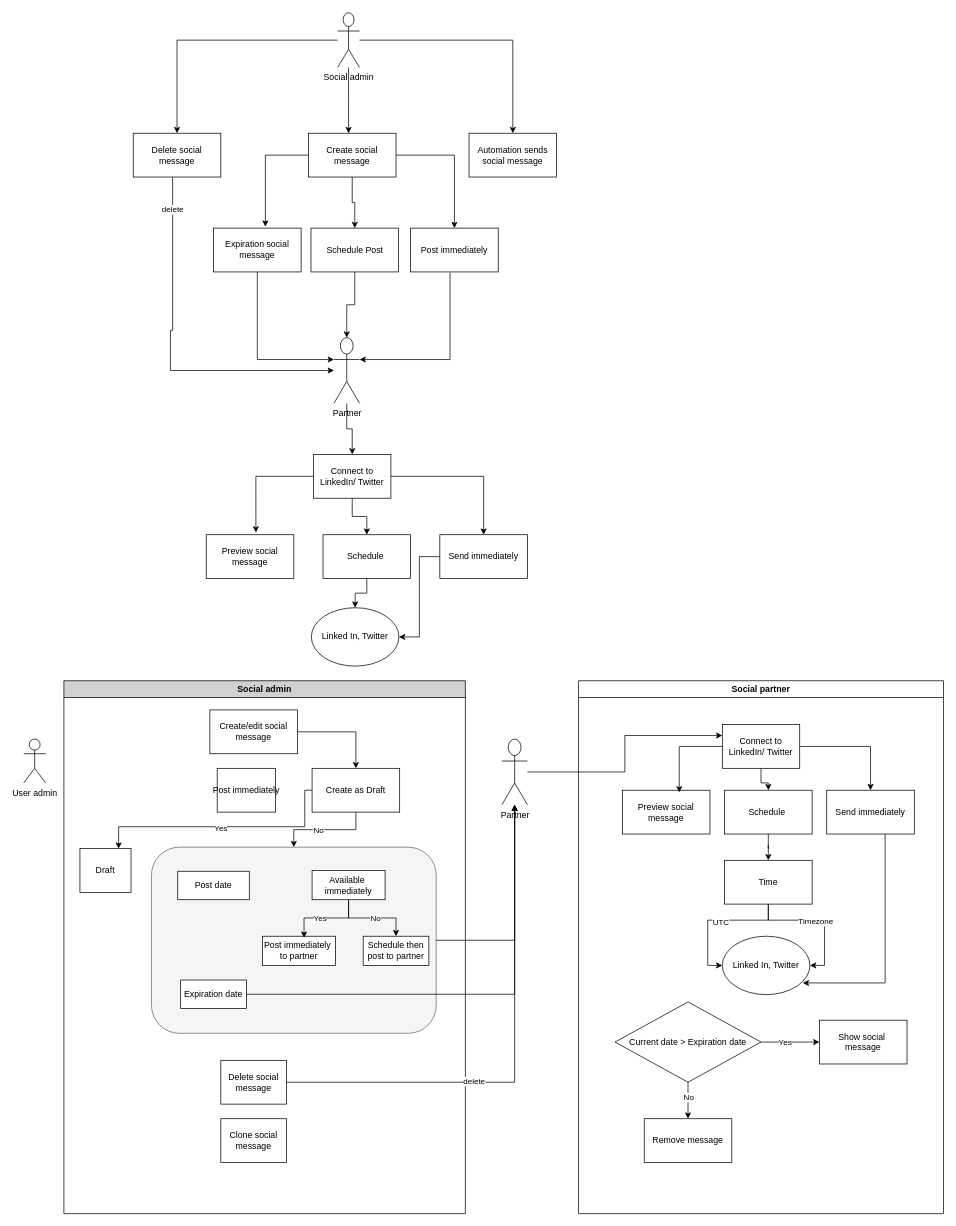
Earlier version of the draw.io diagram Untitled Diagram.drawio (MyBN/Social-module). Source tidied: cells renumbered, new cells numbered last; positions are measured from the earlier drawing's top-left corner, leaving out a move shared by most shapes. Both pictures are drawn from the tidied source at 73%, with x=0, y=0 at pixel (23, 12).
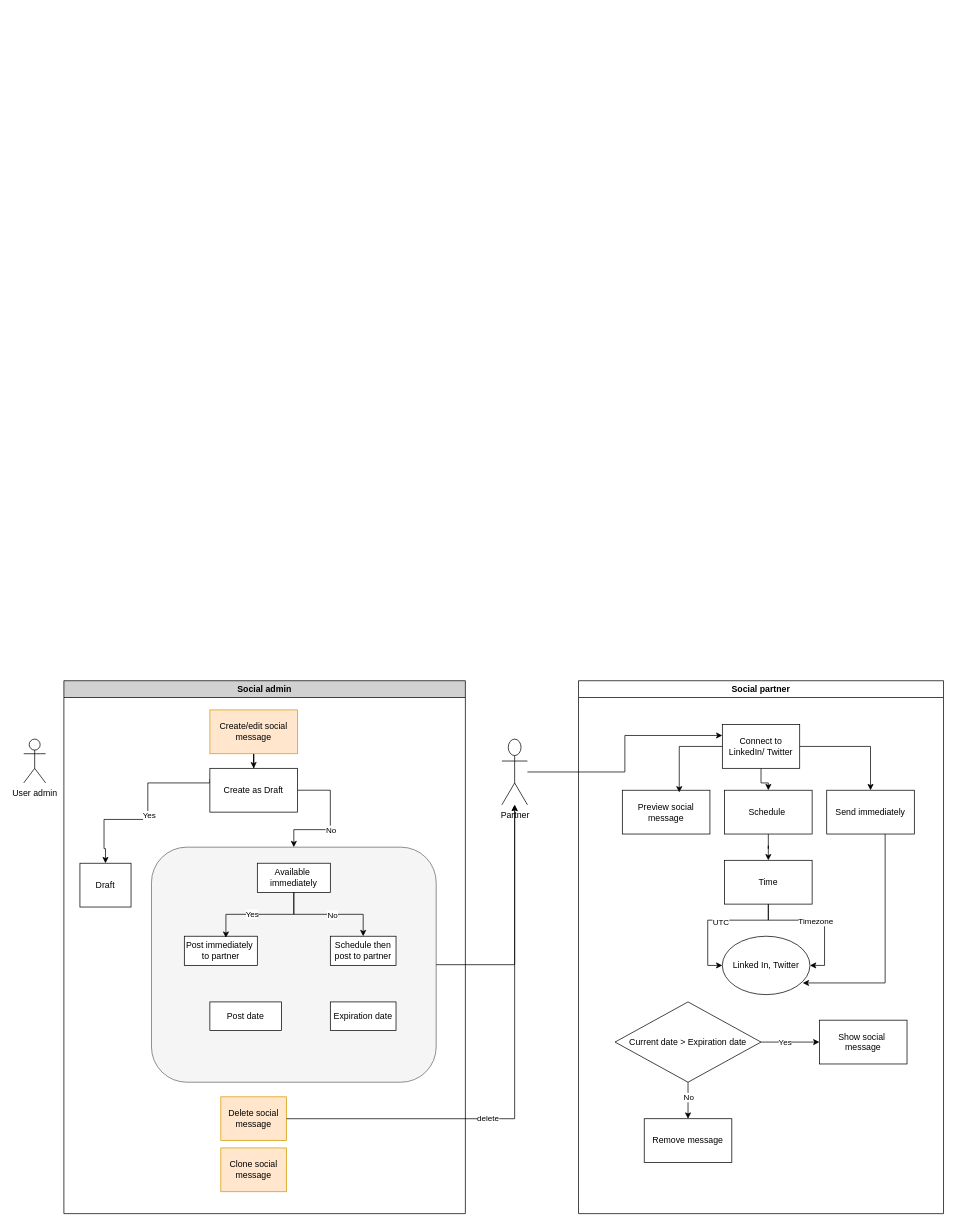
The same page after the edit.

Commit message:
Social edit flow

Unchanged cells that the change refers to:
```xml
<mxCell id="32" value="Social admin" style="swimlane;whiteSpace=wrap;html=1;labelBackgroundColor=none;fillColor=#d1d1d1;" parent="1" vertex="1">
  <mxGeometry x="55" y="915" width="550" height="730" as="geometry" />
</mxCell>
<mxCell id="79" value="Partner" style="shape=umlActor;verticalLabelPosition=bottom;verticalAlign=top;html=1;outlineConnect=0;" parent="1" vertex="1">
  <mxGeometry x="655" y="995" width="35" height="90" as="geometry" />
</mxCell>
```

Diff of the diagram source:
```diff
@@
-    <mxCell id="2" style="edgeStyle=orthogonalEdgeStyle;rounded=0;jettySize=auto;html=1;entryX=0.5;entryY=0;entryDx=0;entryDy=0;" parent="1" edge="1" source="4" target="20">
-      <mxGeometry relative="1" as="geometry" />
-    </mxCell>
-    <mxCell id="3" style="edgeStyle=orthogonalEdgeStyle;rounded=0;jettySize=auto;html=1;entryX=0.5;entryY=0;entryDx=0;entryDy=0;" parent="1" edge="1" source="4" target="21">
-      <mxGeometry relative="1" as="geometry" />
-    </mxCell>
-    <mxCell id="4" value="Social admin" style="shape=umlActor;verticalLabelPosition=bottom;verticalAlign=top;html=1;outlineConnect=0;" parent="1" vertex="1">
-      <mxGeometry x="430" width="30" height="75" as="geometry" />
-    </mxCell>
-    <mxCell id="5" style="edgeStyle=orthogonalEdgeStyle;rounded=0;jettySize=auto;html=1;entryX=0.5;entryY=0;entryDx=0;entryDy=0;" parent="1" edge="1" source="7" target="10">
-      <mxGeometry relative="1" as="geometry" />
-    </mxCell>
-    <mxCell id="6" style="edgeStyle=orthogonalEdgeStyle;rounded=0;jettySize=auto;html=1;entryX=0.5;entryY=0;entryDx=0;entryDy=0;" parent="1" edge="1" source="7" target="8">
-      <mxGeometry relative="1" as="geometry" />
-    </mxCell>
-    <mxCell id="7" value="Create social message" style="rounded=0;whiteSpace=wrap;html=1;" parent="1" vertex="1">
-      <mxGeometry x="390" y="165" width="120" height="60" as="geometry" />
-    </mxCell>
-    <mxCell id="8" value="Post&amp;nbsp;immediately" style="rounded=0;whiteSpace=wrap;html=1;" parent="1" vertex="1">
-      <mxGeometry x="530" y="295" width="120" height="60" as="geometry" />
-    </mxCell>
-    <mxCell id="9" style="edgeStyle=orthogonalEdgeStyle;rounded=0;jettySize=auto;html=1;entryX=0.5;entryY=0;entryDx=0;entryDy=0;entryPerimeter=0;" parent="1" edge="1" source="10" target="12">
-      <mxGeometry relative="1" as="geometry" />
-    </mxCell>
-    <mxCell id="10" value="Schedule Post" style="rounded=0;whiteSpace=wrap;html=1;" parent="1" vertex="1">
-      <mxGeometry x="393.5" y="295" width="120" height="60" as="geometry" />
-    </mxCell>
-    <mxCell id="11" style="edgeStyle=orthogonalEdgeStyle;rounded=0;jettySize=auto;html=1;entryX=0.5;entryY=0;entryDx=0;entryDy=0;" parent="1" edge="1" source="12" target="25">
-      <mxGeometry relative="1" as="geometry" />
-    </mxCell>
-    <mxCell id="12" value="Partner" style="shape=umlActor;verticalLabelPosition=bottom;verticalAlign=top;html=1;outlineConnect=0;" parent="1" vertex="1">
-      <mxGeometry x="425" y="445" width="35" height="90" as="geometry" />
-    </mxCell>
-    <mxCell id="13" value="Linked In, Twitter" style="ellipse;whiteSpace=wrap;html=1;" parent="1" vertex="1">
-      <mxGeometry x="394" y="815" width="120" height="80" as="geometry" />
-    </mxCell>
-    <mxCell id="14" style="edgeStyle=orthogonalEdgeStyle;rounded=0;jettySize=auto;html=1;entryX=1;entryY=0.5;entryDx=0;entryDy=0;" parent="1" edge="1" source="15" target="13">
-      <mxGeometry relative="1" as="geometry" />
-    </mxCell>
-    <mxCell id="15" value="Send&amp;nbsp;immediately" style="whiteSpace=wrap;html=1;verticalAlign=middle;align=center;" parent="1" vertex="1">
-      <mxGeometry x="570" y="715" width="120" height="60" as="geometry" />
-    </mxCell>
-    <mxCell id="16" style="edgeStyle=orthogonalEdgeStyle;rounded=0;jettySize=auto;html=1;" parent="1" edge="1" source="17" target="13">
-      <mxGeometry relative="1" as="geometry" />
-    </mxCell>
-    <mxCell id="17" value="Schedule&amp;nbsp;" style="whiteSpace=wrap;html=1;verticalAlign=middle;" parent="1" vertex="1">
-      <mxGeometry x="410" y="715" width="120" height="60" as="geometry" />
-    </mxCell>
-    <mxCell id="18" style="edgeStyle=orthogonalEdgeStyle;rounded=0;jettySize=auto;html=1;exitX=0.45;exitY=1;exitDx=0;exitDy=0;exitPerimeter=0;" parent="1" edge="1" source="20" target="12">
-      <mxGeometry relative="1" as="geometry">
-        <Array as="points">
-          <mxPoint x="204" y="435" />
-          <mxPoint x="201" y="435" />
-          <mxPoint x="201" y="490" />
-        </Array>
-      </mxGeometry>
-    </mxCell>
-    <mxCell id="19" value="delete" style="edgeLabel;html=1;align=center;verticalAlign=middle;" parent="18" vertex="1">
-      <mxGeometry x="-0.82" y="-1" relative="1" as="geometry" />
-    </mxCell>
-    <mxCell id="20" value="Delete social message" style="rounded=0;whiteSpace=wrap;html=1;" parent="1" vertex="1">
-      <mxGeometry x="150" y="165" width="120" height="60" as="geometry" />
-    </mxCell>
-    <mxCell id="21" value="Automation sends social message" style="rounded=0;whiteSpace=wrap;html=1;" parent="1" vertex="1">
-      <mxGeometry x="610" y="165" width="120" height="60" as="geometry" />
-    </mxCell>
-    <mxCell id="22" style="edgeStyle=orthogonalEdgeStyle;rounded=0;jettySize=auto;html=1;" parent="1" edge="1" source="25" target="17">
-      <mxGeometry relative="1" as="geometry" />
-    </mxCell>
-    <mxCell id="23" style="edgeStyle=orthogonalEdgeStyle;rounded=0;jettySize=auto;html=1;entryX=0.5;entryY=0;entryDx=0;entryDy=0;" parent="1" edge="1" source="25" target="15">
-      <mxGeometry relative="1" as="geometry" />
-    </mxCell>
-    <mxCell id="24" style="edgeStyle=orthogonalEdgeStyle;rounded=0;jettySize=auto;html=1;entryX=0.567;entryY=-0.05;entryDx=0;entryDy=0;entryPerimeter=0;" parent="1" edge="1" source="25" target="26">
-      <mxGeometry relative="1" as="geometry" />
-    </mxCell>
-    <mxCell id="25" value="Connect to LinkedIn/ Twitter" style="whiteSpace=wrap;html=1;verticalAlign=middle;" parent="1" vertex="1">
-      <mxGeometry x="397" y="605" width="106" height="60" as="geometry" />
-    </mxCell>
-    <mxCell id="26" value="Preview social message" style="whiteSpace=wrap;html=1;verticalAlign=middle;" parent="1" vertex="1">
-      <mxGeometry x="250" y="715" width="120" height="60" as="geometry" />
-    </mxCell>
-    <mxCell id="27" style="edgeStyle=orthogonalEdgeStyle;rounded=0;jettySize=auto;html=1;exitX=0.5;exitY=1;exitDx=0;exitDy=0;entryX=0;entryY=0.3333333333333333;entryDx=0;entryDy=0;entryPerimeter=0;" parent="1" edge="1" source="28" target="12">
-      <mxGeometry relative="1" as="geometry" />
-    </mxCell>
-    <mxCell id="28" value="Expiration social message" style="rounded=0;whiteSpace=wrap;html=1;" parent="1" vertex="1">
-      <mxGeometry x="260" y="295" width="120" height="60" as="geometry" />
-    </mxCell>
-    <mxCell id="29" style="edgeStyle=orthogonalEdgeStyle;rounded=0;jettySize=auto;html=1;" parent="1" edge="1" source="4">
-      <mxGeometry relative="1" as="geometry">
-        <mxPoint x="445" y="165" as="targetPoint" />
-      </mxGeometry>
-    </mxCell>
-    <mxCell id="30" style="edgeStyle=orthogonalEdgeStyle;rounded=0;jettySize=auto;html=1;entryX=0.592;entryY=-0.033;entryDx=0;entryDy=0;entryPerimeter=0;" parent="1" edge="1" source="7" target="28">
-      <mxGeometry relative="1" as="geometry" />
-    </mxCell>
-    <mxCell id="31" style="edgeStyle=orthogonalEdgeStyle;rounded=0;jettySize=auto;html=1;entryX=1;entryY=0.3333333333333333;entryDx=0;entryDy=0;entryPerimeter=0;exitX=0.45;exitY=1.017;exitDx=0;exitDy=0;exitPerimeter=0;" parent="1" edge="1" source="8" target="12">
-      <mxGeometry relative="1" as="geometry" />
-    </mxCell>
@@
     <mxCell id="33" style="rounded=1;whiteSpace=wrap;html=1;labelBackgroundColor=#d00b0b;fillColor=#f5f5f5;strokeColor=#666666;fontColor=#333333;" parent="32" vertex="1">
-      <mxGeometry x="120" y="228" width="390" height="255" as="geometry" />
+      <mxGeometry x="120" y="228" width="390" height="322" as="geometry" />
     </mxCell>
-    <mxCell id="34" value="Delete social message" style="rounded=0;whiteSpace=wrap;html=1;" parent="32" vertex="1">
-      <mxGeometry x="215" y="520" width="90" height="60" as="geometry" />
+    <mxCell id="34" value="Delete social message" style="rounded=0;whiteSpace=wrap;html=1;fillColor=#ffe6cc;strokeColor=#d79b00;" parent="32" vertex="1">
+      <mxGeometry x="215" y="570" width="90" height="60" as="geometry" />
     </mxCell>
@@
-    <mxCell id="36" value="Create/edit social message" style="rounded=0;whiteSpace=wrap;html=1;" parent="32" vertex="1">
+    <mxCell id="36" value="Create/edit social message" style="rounded=0;whiteSpace=wrap;html=1;fillColor=#ffe6cc;strokeColor=#d79b00;" parent="32" vertex="1">
       <mxGeometry x="200" y="40" width="120" height="60" as="geometry" />
     </mxCell>
-    <mxCell id="37" style="edgeStyle=orthogonalEdgeStyle;rounded=0;jettySize=auto;html=1;" parent="32" edge="1" source="41" target="42">
+    <mxCell id="37" style="edgeStyle=orthogonalEdgeStyle;rounded=0;jettySize=auto;html=1;exitX=0;exitY=0.25;exitDx=0;exitDy=0;entryX=0.5;entryY=0;entryDx=0;entryDy=0;" parent="32" edge="1" source="41" target="42">
       <mxGeometry relative="1" as="geometry">
         <Array as="points">
-          <mxPoint x="330" y="150" />
-          <mxPoint x="330" y="200" />
-          <mxPoint x="75" y="200" />
+          <mxPoint x="200" y="140" />
+          <mxPoint x="115" y="140" />
+          <mxPoint x="115" y="190" />
+          <mxPoint x="55" y="190" />
+          <mxPoint x="55" y="230" />
         </Array>
       </mxGeometry>
     </mxCell>
@@
     <mxCell id="39" style="edgeStyle=orthogonalEdgeStyle;rounded=0;jettySize=auto;html=1;entryX=0.5;entryY=0;entryDx=0;entryDy=0;" parent="32" edge="1" source="41" target="33">
-      <mxGeometry relative="1" as="geometry" />
+      <mxGeometry relative="1" as="geometry">
+        <Array as="points">
+          <mxPoint x="365" y="150" />
+          <mxPoint x="365" y="204" />
+          <mxPoint x="315" y="204" />
+        </Array>
+      </mxGeometry>
     </mxCell>
@@
     <mxCell id="41" value="Create as Draft" style="rounded=0;whiteSpace=wrap;html=1;" parent="32" vertex="1">
-      <mxGeometry x="340" y="120" width="120" height="60" as="geometry" />
+      <mxGeometry x="200" y="120" width="120" height="60" as="geometry" />
     </mxCell>
     <mxCell id="42" value="Draft" style="rounded=0;whiteSpace=wrap;html=1;" parent="32" vertex="1">
-      <mxGeometry x="22" y="230" width="70" height="60" as="geometry" />
+      <mxGeometry x="22" y="250" width="70" height="60" as="geometry" />
     </mxCell>
@@
     <mxCell id="45" value="Available&amp;nbsp;&lt;div&gt;immediately&lt;/div&gt;" style="rounded=0;whiteSpace=wrap;html=1;" parent="32" vertex="1">
-      <mxGeometry x="340" y="260" width="100" height="40" as="geometry" />
+      <mxGeometry x="265" y="250" width="100" height="40" as="geometry" />
     </mxCell>
-    <mxCell id="46" value="Post&amp;nbsp;immediately" style="rounded=0;whiteSpace=wrap;html=1;" parent="32" vertex="1">
-      <mxGeometry x="210" y="120" width="80" height="60" as="geometry" />
-    </mxCell>
     <mxCell id="47" value="Post immediately&amp;nbsp;&lt;div&gt;to partner&lt;/div&gt;" style="whiteSpace=wrap;html=1;rounded=0;" parent="32" vertex="1">
-      <mxGeometry x="272" y="350" width="100" height="40" as="geometry" />
+      <mxGeometry x="165" y="350" width="100" height="40" as="geometry" />
     </mxCell>
     <mxCell id="48" value="Schedule then post to partner" style="whiteSpace=wrap;html=1;rounded=0;" parent="32" vertex="1">
-      <mxGeometry x="410" y="350" width="90" height="40" as="geometry" />
+      <mxGeometry x="365" y="350" width="90" height="40" as="geometry" />
     </mxCell>
     <mxCell id="49" value="Post date" style="rounded=0;whiteSpace=wrap;html=1;" parent="32" vertex="1">
-      <mxGeometry x="156" y="261" width="98" height="39" as="geometry" />
+      <mxGeometry x="200" y="440" width="98" height="39" as="geometry" />
     </mxCell>
     <mxCell id="50" value="Expiration date" style="rounded=0;whiteSpace=wrap;html=1;" parent="32" vertex="1">
-      <mxGeometry x="160" y="410" width="90" height="39" as="geometry" />
+      <mxGeometry x="365" y="440" width="90" height="39" as="geometry" />
     </mxCell>
@@
-    <mxCell id="53" value="Clone social message" style="rounded=0;whiteSpace=wrap;html=1;" parent="32" vertex="1">
-      <mxGeometry x="215" y="600" width="90" height="60" as="geometry" />
+    <mxCell id="53" value="Clone social message" style="rounded=0;whiteSpace=wrap;html=1;fillColor=#ffe6cc;strokeColor=#d79b00;" parent="32" vertex="1">
+      <mxGeometry x="215" y="640" width="90" height="60" as="geometry" />
     </mxCell>
@@
-    <mxCell id="83" style="edgeStyle=orthogonalEdgeStyle;rounded=0;jettySize=auto;html=1;" parent="1" edge="1" source="50" target="79">
-      <mxGeometry relative="1" as="geometry" />
-    </mxCell>
```
